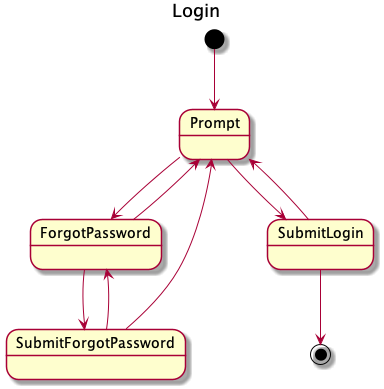
The PlantUML diagram RemoteBeesFlow/flow/src/main/flows/Login.png in k10dev/RemoteBees, before a commit.
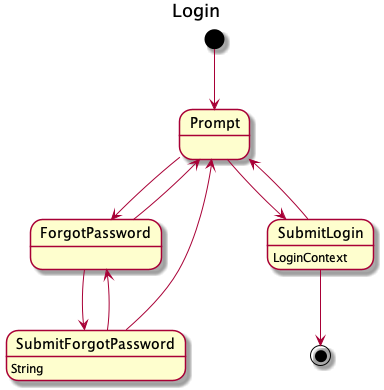
The same diagram one commit later.

What changed in the source:
```diff
@@ -16,6 +16,9 @@
 ForgotPassword --> Prompt
 SubmitLogin --> Prompt
 
+SubmitLogin: LoginContext
+SubmitForgotPassword: String
+
 SubmitLogin --> [*]
 
 @enduml
```
